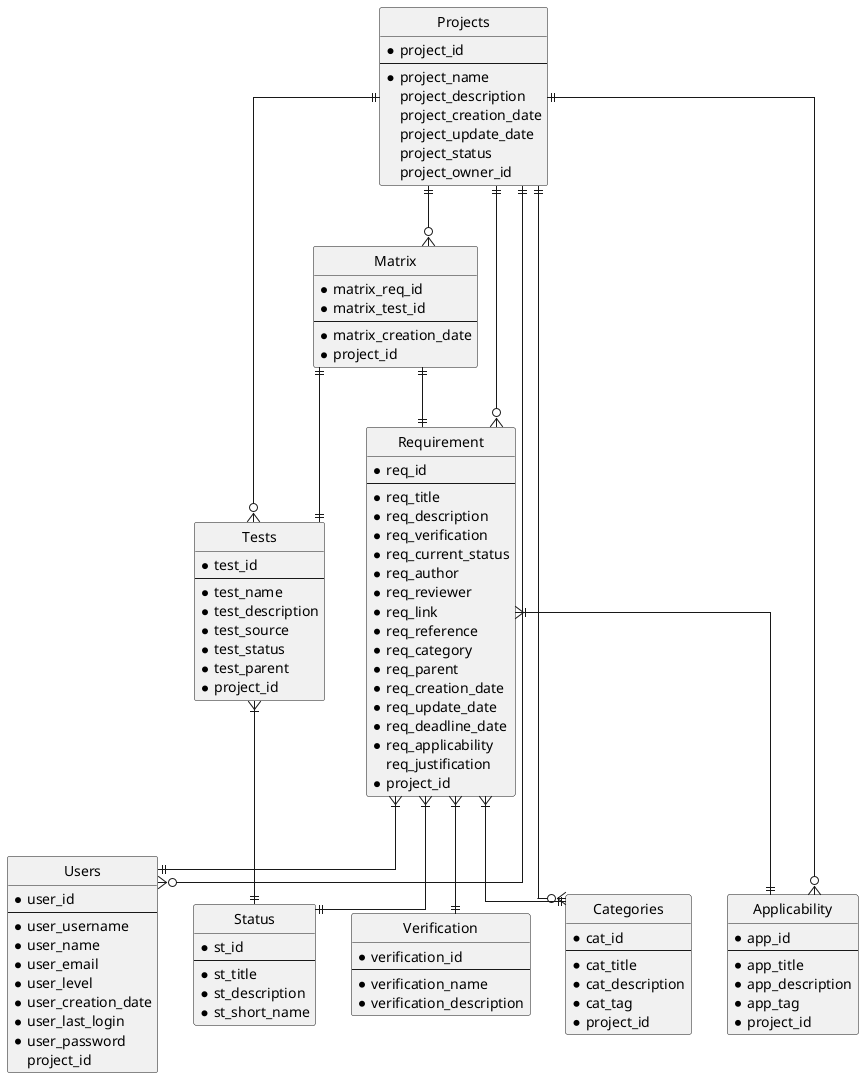
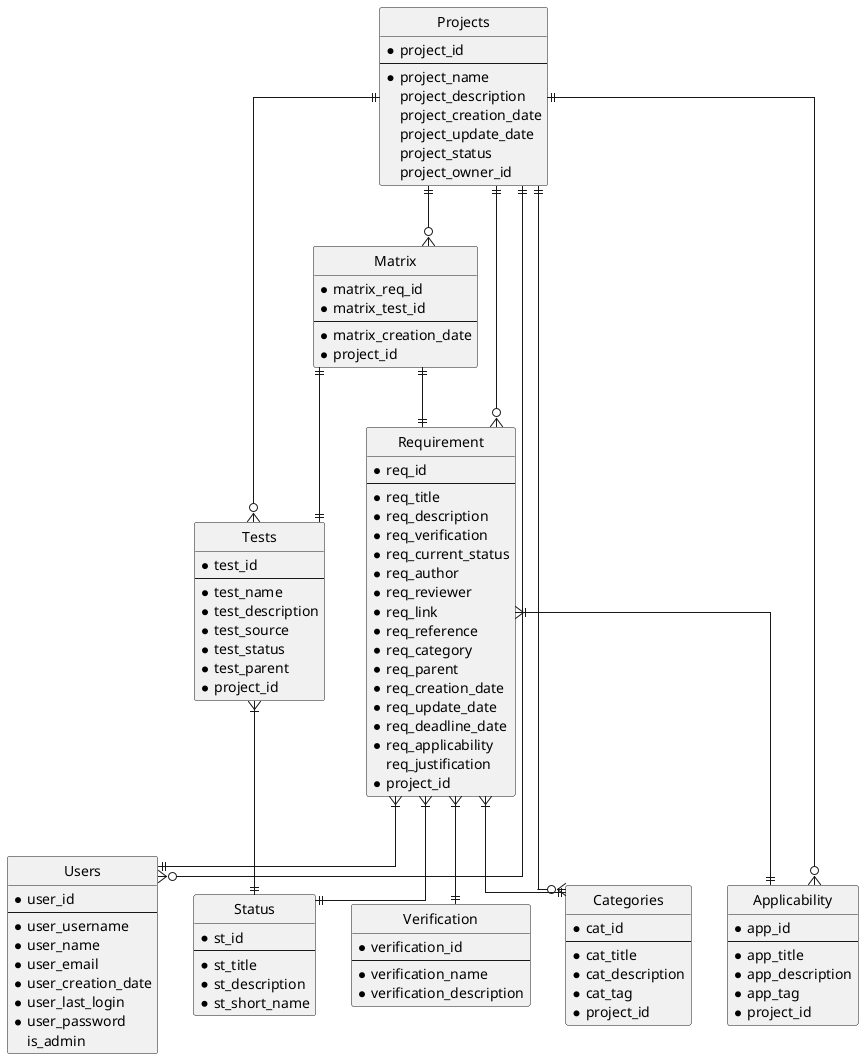
@startuml ER diagram

hide circle
skinparam linetype ortho

entity "Projects" as proj {
* project_id
---
* project_name
project_description
project_creation_date
project_update_date
project_status
project_owner_id
}

entity "Requirement" as req {
* req_id
---
* req_title
* req_description
* req_verification
* req_current_status
* req_author
* req_reviewer
* req_link
* req_reference
* req_category
* req_parent
* req_creation_date
* req_update_date
* req_deadline_date
* req_applicability
req_justification
* project_id
}

entity "Users" as user {
* user_id
---
* user_username
* user_name
* user_email
- * user_level
* user_creation_date
* user_last_login
* user_password
- project_id
+ is_admin
}

entity "Status" as st {
* st_id
---
* st_title
* st_description
* st_short_name
}

entity "Categories" as cat {
* cat_id
---
* cat_title
* cat_description
* cat_tag
* project_id
}

entity "Applicability" as app {
* app_id
---
* app_title
* app_description
* app_tag
* project_id
}

entity "Tests" as test {
* test_id
---
* test_name
* test_description
* test_source
* test_status
* test_parent
* project_id
}

entity "Matrix" as matrix {
* matrix_req_id
* matrix_test_id
---
* matrix_creation_date
* project_id
}

entity "Verification" as verification {
* verification_id
---
* verification_name
* verification_description
}

proj ||--o{ req
proj ||--o{ user
proj ||--o{ cat
proj ||--o{ app
proj ||--o{ test
proj ||--o{ matrix

req  }|--|| st
req  }|--|| cat
req  }|--|| user
req  }|--|| verification
req  }|--|| app
test   }|--|| st
matrix ||--|| req
matrix ||--|| test

@enduml
